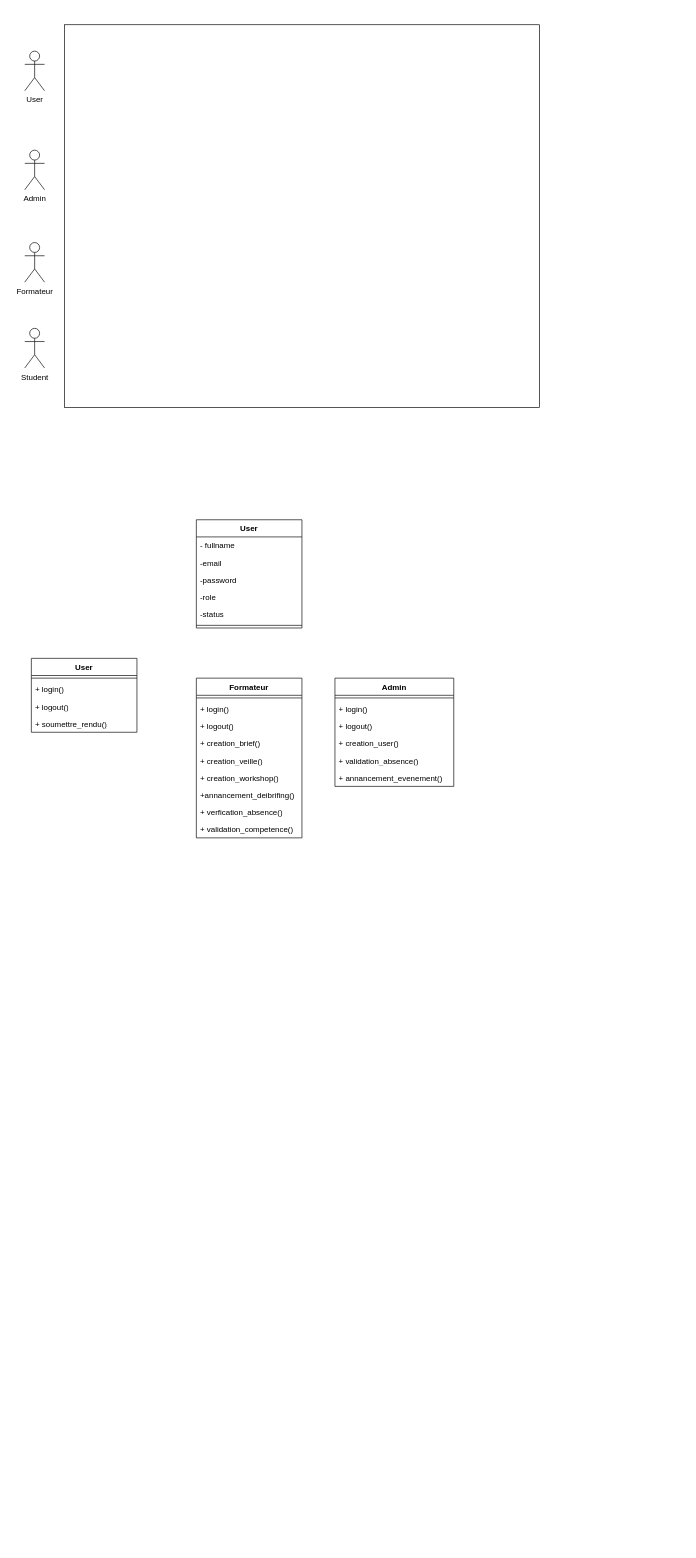
Before: Untitled Diagram.drawio in aminelebrini/INTRA-YOUCODE-UM6P, a draw.io diagram. Source tidied: cells renumbered, new cells numbered last; positions are measured from the earlier drawing's top-left corner, leaving out a move shared by most shapes. Both pictures are drawn from the tidied source at 66%, with x=0, y=0 at pixel (24, 24).
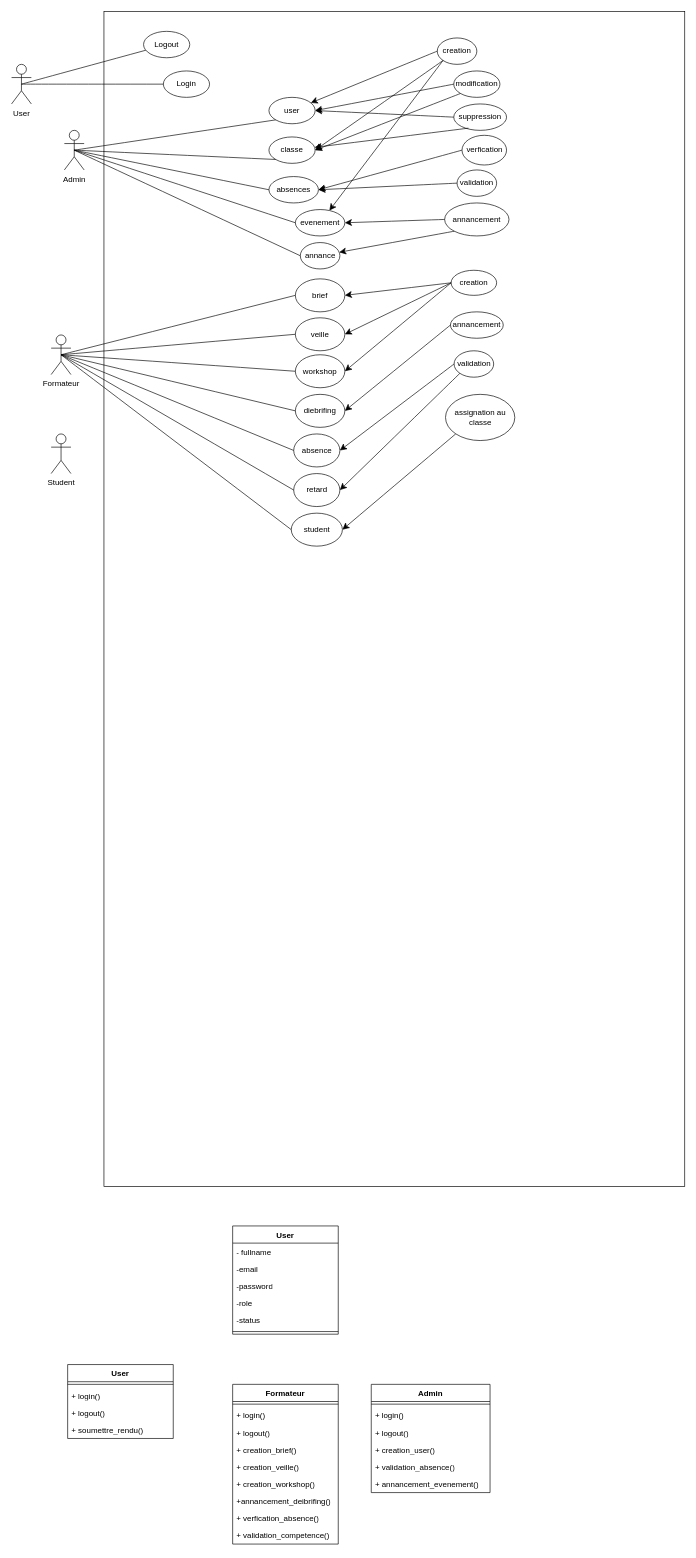
The same diagram, later.

Change to the diagram source:
```diff
@@
     <mxCell id="2" value="User" style="swimlane;fontStyle=1;align=center;verticalAlign=top;horizontal=1;startSize=26;whiteSpace=wrap;html=1;" parent="1" vertex="1">
-      <mxGeometry x="260" y="750" width="160" height="164" as="geometry" />
+      <mxGeometry x="315" y="1820" width="160" height="164" as="geometry" />
     </mxCell>
@@
     <mxCell id="9" value="User" style="swimlane;fontStyle=1;align=center;verticalAlign=top;horizontal=1;startSize=26;whiteSpace=wrap;html=1;" parent="1" vertex="1">
-      <mxGeometry x="10" y="960" width="160" height="112" as="geometry" />
+      <mxGeometry x="65" y="2030" width="160" height="112" as="geometry" />
     </mxCell>
@@
     <mxCell id="14" value="Formateur" style="swimlane;fontStyle=1;align=center;verticalAlign=top;horizontal=1;startSize=26;whiteSpace=wrap;html=1;" parent="1" vertex="1">
-      <mxGeometry x="260" y="990" width="160" height="242" as="geometry" />
+      <mxGeometry x="315" y="2060" width="160" height="242" as="geometry" />
     </mxCell>
@@
     <mxCell id="24" value="Admin" style="swimlane;fontStyle=1;align=center;verticalAlign=top;horizontal=1;startSize=26;whiteSpace=wrap;html=1;" parent="1" vertex="1">
-      <mxGeometry x="470" y="990" width="180" height="164" as="geometry" />
+      <mxGeometry x="525" y="2060" width="180" height="164" as="geometry" />
     </mxCell>
@@
     <mxCell id="31" style="html=1;whiteSpace=wrap;" parent="1" vertex="1">
-      <mxGeometry x="60" width="720" height="580" as="geometry" />
+      <mxGeometry x="120" y="-20" width="880" height="1780" as="geometry" />
     </mxCell>
     <mxCell id="32" value="User" style="shape=umlActor;verticalLabelPosition=bottom;verticalAlign=top;html=1;" parent="1" vertex="1">
-      <mxGeometry y="40" width="30" height="60" as="geometry" />
+      <mxGeometry x="-20" y="60" width="30" height="60" as="geometry" />
     </mxCell>
     <mxCell id="33" value="Admin" style="shape=umlActor;verticalLabelPosition=bottom;verticalAlign=top;html=1;" parent="1" vertex="1">
-      <mxGeometry y="190" width="30" height="60" as="geometry" />
+      <mxGeometry x="60" y="160" width="30" height="60" as="geometry" />
     </mxCell>
     <mxCell id="34" value="Formateur" style="shape=umlActor;verticalLabelPosition=bottom;verticalAlign=top;html=1;" parent="1" vertex="1">
-      <mxGeometry y="330" width="30" height="60" as="geometry" />
+      <mxGeometry x="40" y="470" width="30" height="60" as="geometry" />
     </mxCell>
     <mxCell id="35" value="Student" style="shape=umlActor;verticalLabelPosition=bottom;verticalAlign=top;html=1;" parent="1" vertex="1">
-      <mxGeometry y="460" width="30" height="60" as="geometry" />
+      <mxGeometry x="40" y="620" width="30" height="60" as="geometry" />
     </mxCell>
+    <mxCell id="36" value="Login" style="ellipse;whiteSpace=wrap;html=1;" parent="1" vertex="1">
+      <mxGeometry x="210" y="70" width="70" height="40" as="geometry" />
+    </mxCell>
+    <mxCell id="37" value="Lo&lt;span style=&quot;background-color: transparent; color: light-dark(rgb(0, 0, 0), rgb(255, 255, 255));&quot;&gt;gout&lt;/span&gt;" style="ellipse;whiteSpace=wrap;html=1;" parent="1" vertex="1">
+      <mxGeometry x="180" y="10" width="70" height="40" as="geometry" />
+    </mxCell>
+    <mxCell id="38" style="endArrow=none;html=1;rounded=0;fontSize=12;startSize=8;endSize=8;curved=1;exitX=0.5;exitY=0.5;exitDx=0;exitDy=0;exitPerimeter=0;" parent="1" edge="1" source="32" target="37">
+      <mxGeometry relative="1" as="geometry" />
+    </mxCell>
+    <mxCell id="39" style="endArrow=none;html=1;rounded=0;fontSize=12;startSize=8;endSize=8;curved=1;exitX=0.5;exitY=0.5;exitDx=0;exitDy=0;exitPerimeter=0;" parent="1" edge="1" source="32" target="36">
+      <mxGeometry relative="1" as="geometry" />
+    </mxCell>
+    <mxCell id="40" value="user" style="ellipse;whiteSpace=wrap;html=1;" parent="1" vertex="1">
+      <mxGeometry x="370" y="110" width="70" height="40" as="geometry" />
+    </mxCell>
+    <mxCell id="41" value="classe" style="ellipse;whiteSpace=wrap;html=1;" parent="1" vertex="1">
+      <mxGeometry x="370" y="170" width="70" height="40" as="geometry" />
+    </mxCell>
+    <mxCell id="42" value="absences" style="ellipse;whiteSpace=wrap;html=1;" parent="1" vertex="1">
+      <mxGeometry x="370" y="230" width="75" height="40" as="geometry" />
+    </mxCell>
+    <mxCell id="43" value="evenement" style="ellipse;whiteSpace=wrap;html=1;" parent="1" vertex="1">
+      <mxGeometry x="410" y="280" width="75" height="40" as="geometry" />
+    </mxCell>
+    <mxCell id="44" style="endArrow=none;html=1;rounded=0;fontSize=12;startSize=8;endSize=8;curved=1;entryX=0;entryY=1;entryDx=0;entryDy=0;exitX=0.5;exitY=0.5;exitDx=0;exitDy=0;exitPerimeter=0;" parent="1" edge="1" source="33" target="40">
+      <mxGeometry relative="1" as="geometry" />
+    </mxCell>
+    <mxCell id="45" style="endArrow=none;html=1;rounded=0;fontSize=12;startSize=8;endSize=8;curved=1;entryX=0;entryY=1;entryDx=0;entryDy=0;exitX=0.5;exitY=0.5;exitDx=0;exitDy=0;exitPerimeter=0;" parent="1" edge="1" source="33" target="41">
+      <mxGeometry relative="1" as="geometry" />
+    </mxCell>
+    <mxCell id="46" style="endArrow=none;html=1;rounded=0;fontSize=12;startSize=8;endSize=8;curved=1;entryX=0;entryY=0.5;entryDx=0;entryDy=0;exitX=0.5;exitY=0.5;exitDx=0;exitDy=0;exitPerimeter=0;" parent="1" edge="1" source="33" target="42">
+      <mxGeometry relative="1" as="geometry" />
+    </mxCell>
+    <mxCell id="47" style="endArrow=none;html=1;rounded=0;fontSize=12;startSize=8;endSize=8;curved=1;entryX=0;entryY=0.5;entryDx=0;entryDy=0;exitX=0.5;exitY=0.5;exitDx=0;exitDy=0;exitPerimeter=0;" parent="1" edge="1" source="33" target="43">
+      <mxGeometry relative="1" as="geometry" />
+    </mxCell>
+    <mxCell id="48" value="creation" style="ellipse;whiteSpace=wrap;html=1;" parent="1" vertex="1">
+      <mxGeometry x="625" y="20" width="60" height="40" as="geometry" />
+    </mxCell>
+    <mxCell id="49" value="modification" style="ellipse;whiteSpace=wrap;html=1;" parent="1" vertex="1">
+      <mxGeometry x="650" y="70" width="70" height="40" as="geometry" />
+    </mxCell>
+    <mxCell id="50" value="suppression" style="ellipse;whiteSpace=wrap;html=1;" parent="1" vertex="1">
+      <mxGeometry x="650" y="120" width="80" height="40" as="geometry" />
+    </mxCell>
+    <mxCell id="51" style="endArrow=classic;html=1;rounded=0;fontSize=12;startSize=8;endSize=8;curved=1;exitX=0;exitY=0.5;exitDx=0;exitDy=0;" parent="1" edge="1" source="48" target="40">
+      <mxGeometry relative="1" as="geometry" />
+    </mxCell>
+    <mxCell id="52" style="endArrow=classic;html=1;rounded=0;fontSize=12;startSize=8;endSize=8;curved=1;exitX=0;exitY=0.5;exitDx=0;exitDy=0;entryX=1;entryY=0.5;entryDx=0;entryDy=0;" parent="1" edge="1" source="49" target="40">
+      <mxGeometry relative="1" as="geometry" />
+    </mxCell>
+    <mxCell id="53" style="endArrow=classic;html=1;rounded=0;fontSize=12;startSize=8;endSize=8;curved=1;exitX=0;exitY=0.5;exitDx=0;exitDy=0;entryX=1;entryY=0.5;entryDx=0;entryDy=0;" parent="1" edge="1" source="50" target="40">
+      <mxGeometry relative="1" as="geometry" />
+    </mxCell>
+    <mxCell id="54" style="endArrow=classic;html=1;rounded=0;fontSize=12;startSize=8;endSize=8;curved=1;exitX=0;exitY=1;exitDx=0;exitDy=0;entryX=1;entryY=0.5;entryDx=0;entryDy=0;" parent="1" edge="1" source="48" target="41">
+      <mxGeometry relative="1" as="geometry" />
+    </mxCell>
+    <mxCell id="55" style="endArrow=classic;html=1;rounded=0;fontSize=12;startSize=8;endSize=8;curved=1;exitX=0;exitY=1;exitDx=0;exitDy=0;entryX=1;entryY=0.5;entryDx=0;entryDy=0;" parent="1" edge="1" source="49" target="41">
+      <mxGeometry relative="1" as="geometry" />
+    </mxCell>
+    <mxCell id="56" style="endArrow=classic;html=1;rounded=0;fontSize=12;startSize=8;endSize=8;curved=1;exitX=0.278;exitY=0.917;exitDx=0;exitDy=0;exitPerimeter=0;" parent="1" edge="1" source="50" target="41">
+      <mxGeometry relative="1" as="geometry" />
+    </mxCell>
+    <mxCell id="57" value="verfication" style="ellipse;whiteSpace=wrap;html=1;" parent="1" vertex="1">
+      <mxGeometry x="662.5" y="167.5" width="67.5" height="45" as="geometry" />
+    </mxCell>
+    <mxCell id="58" style="endArrow=classic;html=1;rounded=0;fontSize=12;startSize=8;endSize=8;curved=1;exitX=0;exitY=0.5;exitDx=0;exitDy=0;entryX=1;entryY=0.5;entryDx=0;entryDy=0;" parent="1" edge="1" source="57" target="42">
+      <mxGeometry relative="1" as="geometry" />
+    </mxCell>
+    <mxCell id="59" value="validation" style="ellipse;whiteSpace=wrap;html=1;" parent="1" vertex="1">
+      <mxGeometry x="655" y="220" width="60" height="40" as="geometry" />
+    </mxCell>
+    <mxCell id="60" style="endArrow=classic;html=1;rounded=0;fontSize=12;startSize=8;endSize=8;curved=1;exitX=0;exitY=0.5;exitDx=0;exitDy=0;entryX=1;entryY=0.5;entryDx=0;entryDy=0;" parent="1" edge="1" source="59" target="42">
+      <mxGeometry relative="1" as="geometry" />
+    </mxCell>
+    <mxCell id="61" value="annancement" style="ellipse;whiteSpace=wrap;html=1;" parent="1" vertex="1">
+      <mxGeometry x="636.2" y="270" width="97.5" height="50" as="geometry" />
+    </mxCell>
+    <mxCell id="62" style="endArrow=classic;html=1;rounded=0;fontSize=12;startSize=8;endSize=8;curved=1;exitX=0;exitY=1;exitDx=0;exitDy=0;" parent="1" edge="1" source="48" target="43">
+      <mxGeometry relative="1" as="geometry" />
+    </mxCell>
+    <mxCell id="63" style="endArrow=classic;html=1;rounded=0;fontSize=12;startSize=8;endSize=8;curved=1;exitX=0;exitY=0.5;exitDx=0;exitDy=0;entryX=1;entryY=0.5;entryDx=0;entryDy=0;" parent="1" edge="1" source="61" target="43">
+      <mxGeometry relative="1" as="geometry" />
+    </mxCell>
+    <mxCell id="64" value="annance" style="ellipse;whiteSpace=wrap;html=1;" parent="1" vertex="1">
+      <mxGeometry x="417.5" y="330" width="60" height="40" as="geometry" />
+    </mxCell>
+    <mxCell id="65" style="endArrow=classic;html=1;rounded=0;fontSize=12;startSize=8;endSize=8;curved=1;exitX=0;exitY=1;exitDx=0;exitDy=0;" parent="1" edge="1" source="61" target="64">
+      <mxGeometry relative="1" as="geometry" />
+    </mxCell>
+    <mxCell id="66" style="endArrow=none;html=1;rounded=0;fontSize=12;startSize=8;endSize=8;curved=1;entryX=0;entryY=0.5;entryDx=0;entryDy=0;exitX=0.5;exitY=0.5;exitDx=0;exitDy=0;exitPerimeter=0;" parent="1" edge="1" source="33" target="64">
+      <mxGeometry relative="1" as="geometry" />
+    </mxCell>
+    <mxCell id="67" value="brief" style="ellipse;whiteSpace=wrap;html=1;" parent="1" vertex="1">
+      <mxGeometry x="410" y="385" width="75" height="50" as="geometry" />
+    </mxCell>
+    <mxCell id="68" value="veille" style="ellipse;whiteSpace=wrap;html=1;" parent="1" vertex="1">
+      <mxGeometry x="410" y="444" width="75" height="50" as="geometry" />
+    </mxCell>
+    <mxCell id="69" value="workshop" style="ellipse;whiteSpace=wrap;html=1;" parent="1" vertex="1">
+      <mxGeometry x="410" y="500" width="75" height="50" as="geometry" />
+    </mxCell>
+    <mxCell id="70" value="diebrifing" style="ellipse;whiteSpace=wrap;html=1;" parent="1" vertex="1">
+      <mxGeometry x="410" y="560" width="75" height="50" as="geometry" />
+    </mxCell>
+    <mxCell id="71" value="absence" style="ellipse;whiteSpace=wrap;html=1;" parent="1" vertex="1">
+      <mxGeometry x="407.5" y="620" width="70" height="50" as="geometry" />
+    </mxCell>
+    <mxCell id="72" value="retard" style="ellipse;whiteSpace=wrap;html=1;" parent="1" vertex="1">
+      <mxGeometry x="407.5" y="680" width="70" height="50" as="geometry" />
+    </mxCell>
+    <mxCell id="73" value="student" style="ellipse;whiteSpace=wrap;html=1;" parent="1" vertex="1">
+      <mxGeometry x="403.8" y="740" width="77.5" height="50" as="geometry" />
+    </mxCell>
+    <mxCell id="74" style="endArrow=none;html=1;rounded=0;fontSize=12;startSize=8;endSize=8;curved=1;entryX=0;entryY=0.5;entryDx=0;entryDy=0;exitX=0.5;exitY=0.5;exitDx=0;exitDy=0;exitPerimeter=0;" parent="1" edge="1" source="34" target="67">
+      <mxGeometry relative="1" as="geometry" />
+    </mxCell>
+    <mxCell id="75" style="endArrow=none;html=1;rounded=0;fontSize=12;startSize=8;endSize=8;curved=1;entryX=0;entryY=0.5;entryDx=0;entryDy=0;exitX=0.5;exitY=0.5;exitDx=0;exitDy=0;exitPerimeter=0;" parent="1" edge="1" source="34" target="68">
+      <mxGeometry relative="1" as="geometry" />
+    </mxCell>
+    <mxCell id="76" style="endArrow=none;html=1;rounded=0;fontSize=12;startSize=8;endSize=8;curved=1;entryX=0;entryY=0.5;entryDx=0;entryDy=0;exitX=0.5;exitY=0.5;exitDx=0;exitDy=0;exitPerimeter=0;" parent="1" edge="1" source="34" target="69">
+      <mxGeometry relative="1" as="geometry" />
+    </mxCell>
+    <mxCell id="77" style="endArrow=none;html=1;rounded=0;fontSize=12;startSize=8;endSize=8;curved=1;entryX=0;entryY=0.5;entryDx=0;entryDy=0;exitX=0.5;exitY=0.5;exitDx=0;exitDy=0;exitPerimeter=0;" parent="1" edge="1" source="34" target="70">
+      <mxGeometry relative="1" as="geometry" />
+    </mxCell>
+    <mxCell id="78" style="endArrow=none;html=1;rounded=0;fontSize=12;startSize=8;endSize=8;curved=1;entryX=0;entryY=0.5;entryDx=0;entryDy=0;exitX=0.5;exitY=0.5;exitDx=0;exitDy=0;exitPerimeter=0;" parent="1" edge="1" source="34" target="71">
+      <mxGeometry relative="1" as="geometry" />
+    </mxCell>
+    <mxCell id="79" style="endArrow=none;html=1;rounded=0;fontSize=12;startSize=8;endSize=8;curved=1;entryX=0;entryY=0.5;entryDx=0;entryDy=0;exitX=0.5;exitY=0.5;exitDx=0;exitDy=0;exitPerimeter=0;" parent="1" edge="1" source="34" target="72">
+      <mxGeometry relative="1" as="geometry" />
+    </mxCell>
+    <mxCell id="80" style="endArrow=none;html=1;rounded=0;fontSize=12;startSize=8;endSize=8;curved=1;entryX=0;entryY=0.5;entryDx=0;entryDy=0;exitX=0.5;exitY=0.5;exitDx=0;exitDy=0;exitPerimeter=0;" parent="1" edge="1" source="34" target="73">
+      <mxGeometry relative="1" as="geometry" />
+    </mxCell>
+    <mxCell id="81" value="creation" style="ellipse;whiteSpace=wrap;html=1;" parent="1" vertex="1">
+      <mxGeometry x="646" y="372" width="69" height="38" as="geometry" />
+    </mxCell>
+    <mxCell id="82" style="endArrow=classic;html=1;rounded=0;fontSize=12;startSize=8;endSize=8;curved=1;exitX=0;exitY=0.5;exitDx=0;exitDy=0;entryX=1;entryY=0.5;entryDx=0;entryDy=0;" parent="1" edge="1" source="81" target="67">
+      <mxGeometry relative="1" as="geometry" />
+    </mxCell>
+    <mxCell id="83" style="endArrow=classic;html=1;rounded=0;fontSize=12;startSize=8;endSize=8;curved=1;exitX=0;exitY=0.5;exitDx=0;exitDy=0;entryX=1;entryY=0.5;entryDx=0;entryDy=0;" parent="1" edge="1" source="81" target="68">
+      <mxGeometry relative="1" as="geometry" />
+    </mxCell>
+    <mxCell id="84" style="endArrow=classic;html=1;rounded=0;fontSize=12;startSize=8;endSize=8;curved=1;exitX=0;exitY=0.5;exitDx=0;exitDy=0;entryX=1;entryY=0.5;entryDx=0;entryDy=0;" parent="1" edge="1" source="81" target="69">
+      <mxGeometry relative="1" as="geometry" />
+    </mxCell>
+    <mxCell id="85" value="annancement" style="ellipse;whiteSpace=wrap;html=1;" parent="1" vertex="1">
+      <mxGeometry x="645" y="435" width="80" height="40" as="geometry" />
+    </mxCell>
+    <mxCell id="86" style="endArrow=classic;html=1;rounded=0;fontSize=12;startSize=8;endSize=8;curved=1;exitX=0;exitY=0.5;exitDx=0;exitDy=0;entryX=1;entryY=0.5;entryDx=0;entryDy=0;" parent="1" edge="1" source="85" target="70">
+      <mxGeometry relative="1" as="geometry" />
+    </mxCell>
+    <mxCell id="87" value="validation" style="ellipse;whiteSpace=wrap;html=1;" parent="1" vertex="1">
+      <mxGeometry x="650.5" y="494" width="60" height="40" as="geometry" />
+    </mxCell>
+    <mxCell id="88" style="endArrow=classic;html=1;rounded=0;fontSize=12;startSize=8;endSize=8;curved=1;exitX=0;exitY=0.5;exitDx=0;exitDy=0;entryX=1;entryY=0.5;entryDx=0;entryDy=0;" parent="1" edge="1" source="87" target="71">
+      <mxGeometry relative="1" as="geometry" />
+    </mxCell>
+    <mxCell id="89" style="endArrow=classic;html=1;rounded=0;fontSize=12;startSize=8;endSize=8;curved=1;exitX=0;exitY=1;exitDx=0;exitDy=0;entryX=1;entryY=0.5;entryDx=0;entryDy=0;" parent="1" edge="1" source="87" target="72">
+      <mxGeometry relative="1" as="geometry" />
+    </mxCell>
+    <mxCell id="90" value="assignation au classe" style="ellipse;whiteSpace=wrap;html=1;" parent="1" vertex="1">
+      <mxGeometry x="637.5" y="560" width="105" height="70" as="geometry" />
+    </mxCell>
+    <mxCell id="91" style="endArrow=classic;html=1;rounded=0;fontSize=12;startSize=8;endSize=8;curved=1;exitX=0;exitY=1;exitDx=0;exitDy=0;entryX=1;entryY=0.5;entryDx=0;entryDy=0;" parent="1" edge="1" source="90" target="73">
+      <mxGeometry relative="1" as="geometry" />
+    </mxCell>
```
